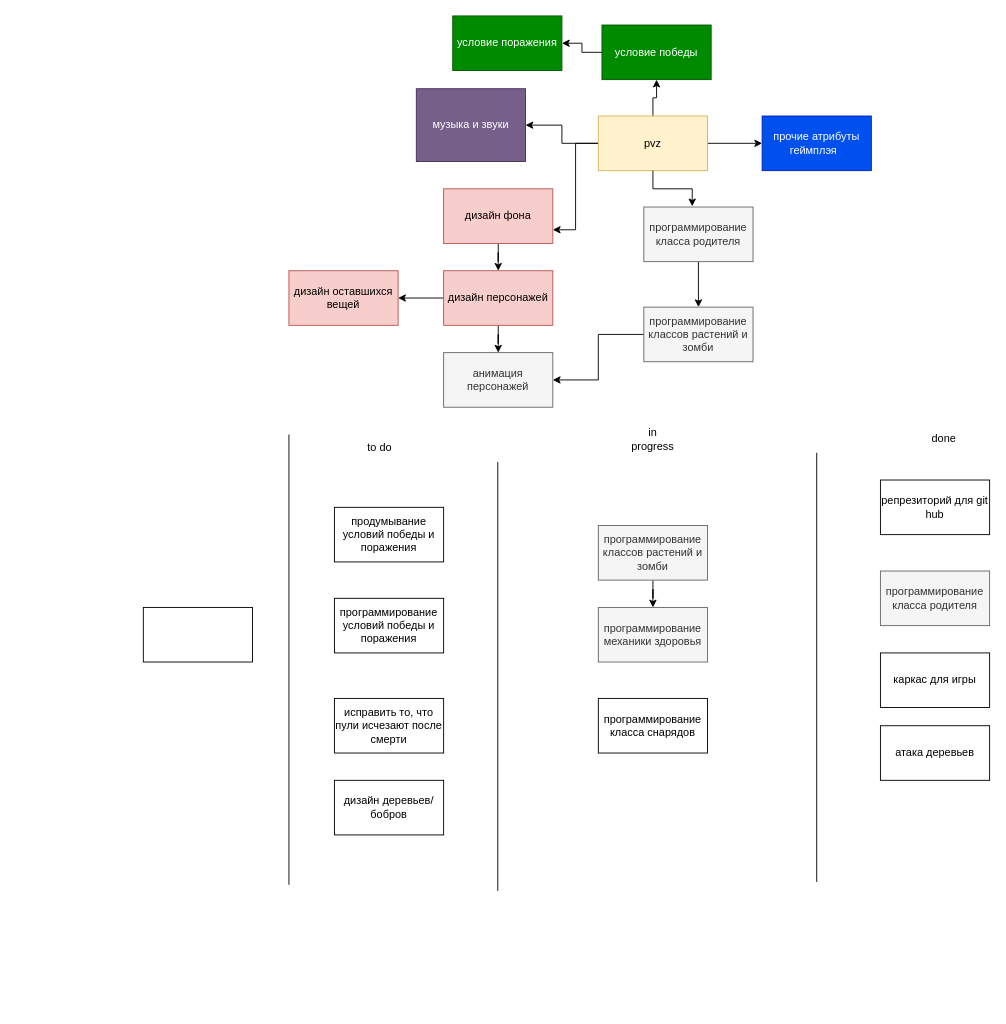
Before: схема игры treas vs beavers.drawio in NeNeProgrammist/trees_and_beavers, a draw.io diagram. Source tidied: cells renumbered, new cells numbered last; positions are measured from the earlier drawing's top-left corner, leaving out a move shared by most shapes. Both pictures are drawn from the tidied source at 91%, with x=0, y=0 at pixel (143, 15).
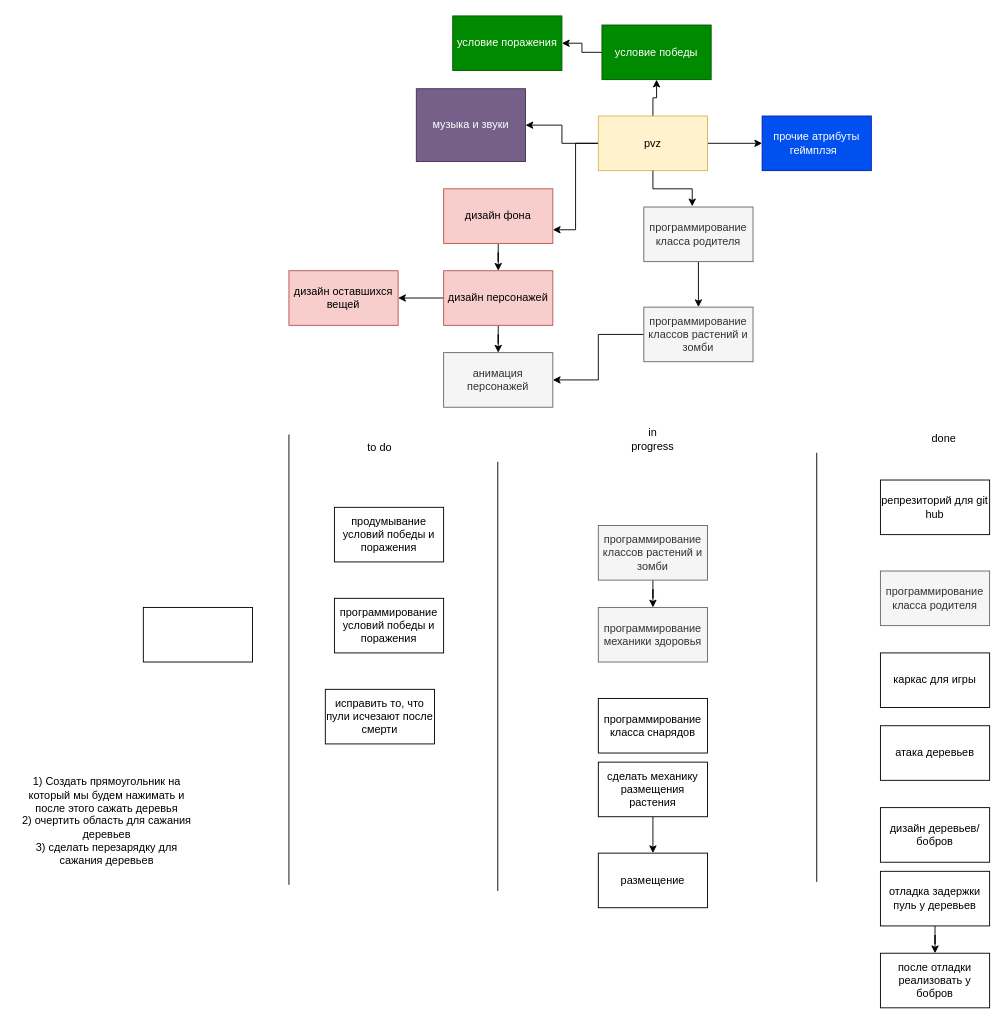
Above is the later version.

What changed in the source:
```diff
@@
     <mxCell id="41" value="исправить то, что пули исчезают после смерти" style="rounded=0;whiteSpace=wrap;html=1;" parent="1" vertex="1">
-      <mxGeometry x="210" y="750" width="120" height="60" as="geometry" />
+      <mxGeometry x="200" y="740" width="120" height="60" as="geometry" />
     </mxCell>
     <mxCell id="42" value="дизайн деревьев/бобров" style="rounded=0;whiteSpace=wrap;html=1;" parent="1" vertex="1">
-      <mxGeometry x="210" y="840" width="120" height="60" as="geometry" />
+      <mxGeometry x="810" y="870" width="120" height="60" as="geometry" />
     </mxCell>
+    <mxCell id="43" style="edgeStyle=orthogonalEdgeStyle;rounded=0;jettySize=auto;html=1;" parent="1" edge="1" source="44" target="45">
+      <mxGeometry relative="1" as="geometry" />
+    </mxCell>
+    <mxCell id="44" value="сделать механику размещения растения" style="rounded=0;whiteSpace=wrap;html=1;" parent="1" vertex="1">
+      <mxGeometry x="500" y="820" width="120" height="60" as="geometry" />
+    </mxCell>
+    <mxCell id="45" value="размещение" style="rounded=0;whiteSpace=wrap;html=1;" parent="1" vertex="1">
+      <mxGeometry x="500" y="920" width="120" height="60" as="geometry" />
+    </mxCell>
+    <mxCell id="46" style="edgeStyle=orthogonalEdgeStyle;rounded=0;jettySize=auto;html=1;" parent="1" edge="1" source="47" target="48">
+      <mxGeometry relative="1" as="geometry" />
+    </mxCell>
+    <mxCell id="47" value="отладка задержки пуль у деревьев" style="rounded=0;whiteSpace=wrap;html=1;" parent="1" vertex="1">
+      <mxGeometry x="810" y="940" width="120" height="60" as="geometry" />
+    </mxCell>
+    <mxCell id="48" value="после отладки реализовать у бобров" style="rounded=0;whiteSpace=wrap;html=1;" parent="1" vertex="1">
+      <mxGeometry x="810" y="1030" width="120" height="60" as="geometry" />
+    </mxCell>
+    <mxCell id="49" value="1) Создать прямоугольник на который мы будем нажимать и после этого сажать деревья&lt;div&gt;2) очертить область для сажания деревьев&lt;/div&gt;&lt;div&gt;3) сделать перезарядку для сажания деревьев&lt;/div&gt;" style="text;html=1;align=center;verticalAlign=middle;whiteSpace=wrap;rounded=0;" parent="1" vertex="1">
+      <mxGeometry x="-140" y="820" width="200" height="130" as="geometry" />
+    </mxCell>
```
